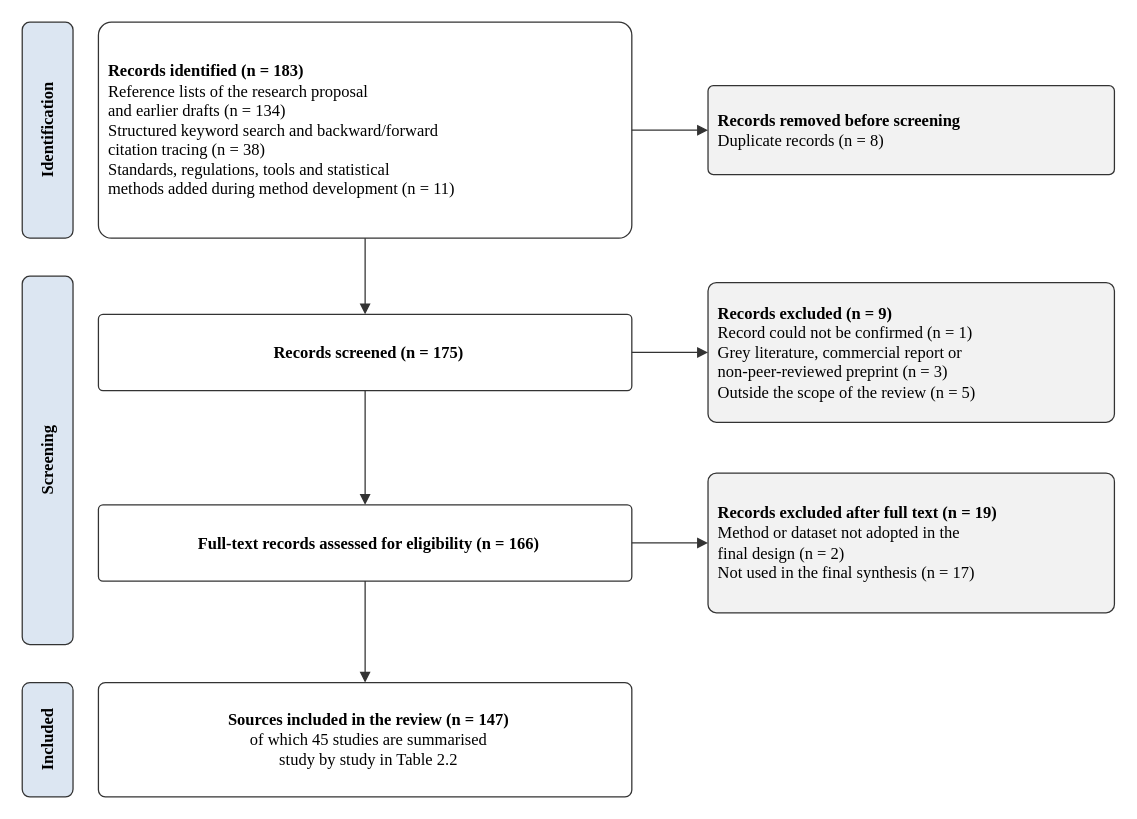
Before: figures/fig2_1_prisma.drawio in RukhDaud/saai-quantum-thesis, a draw.io diagram. Source tidied: cells renumbered, new cells numbered last; positions are measured from the earlier drawing's top-left corner, leaving out a move shared by most shapes. Both pictures are drawn from the tidied source at 127%, with x=0, y=0 at pixel (22, 22).
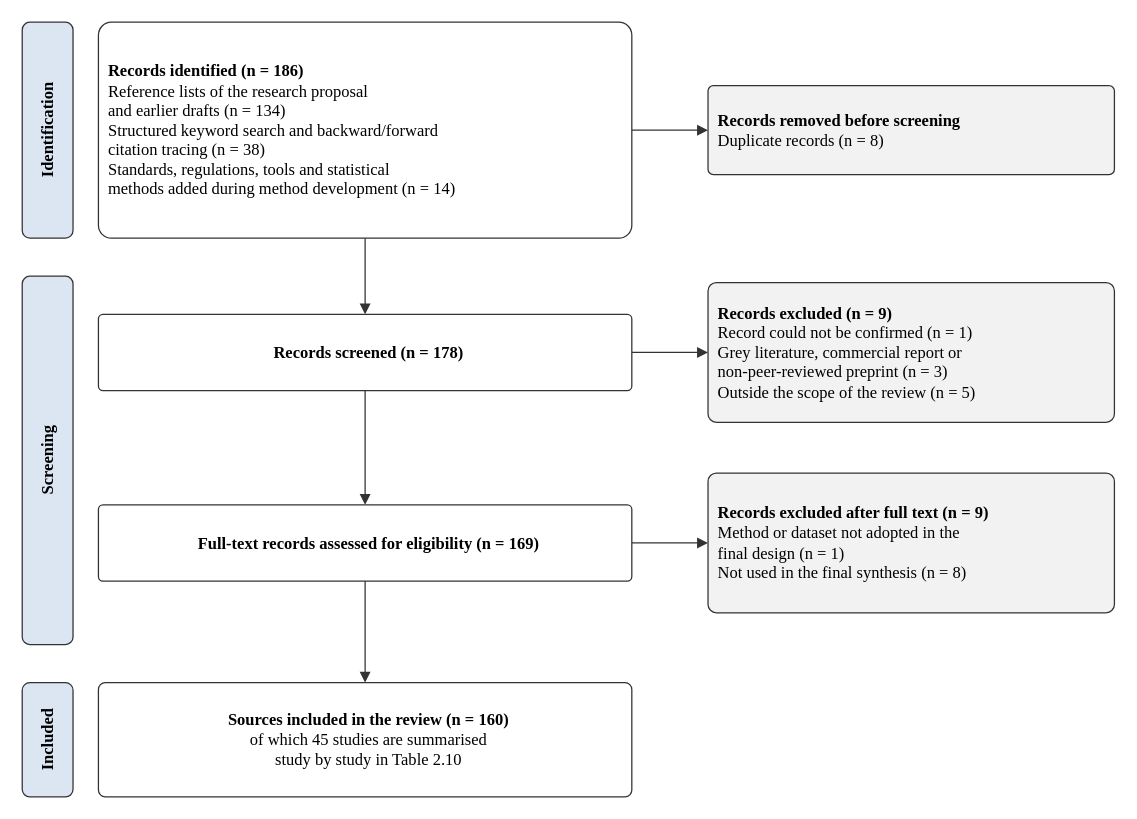
Above is the later version.

Change to the diagram source:
```diff
@@
 <mxGraphModel>
   <root>
     <mxCell id="0" />
     <mxCell id="1" parent="0" />
     <mxCell id="2" value="&lt;b&gt;Identification&lt;/b&gt;" style="rounded=1;whiteSpace=wrap;html=1;fillColor=#DCE6F2;strokeColor=#333333;fontFamily=Times New Roman;fontSize=13;horizontal=0;" parent="1" vertex="1">
       <mxGeometry width="40" height="170" as="geometry" />
     </mxCell>
     <mxCell id="3" value="&lt;b&gt;Screening&lt;/b&gt;" style="rounded=1;whiteSpace=wrap;html=1;fillColor=#DCE6F2;strokeColor=#333333;fontFamily=Times New Roman;fontSize=13;horizontal=0;" parent="1" vertex="1">
       <mxGeometry y="200" width="40" height="290" as="geometry" />
     </mxCell>
     <mxCell id="4" value="&lt;b&gt;Included&lt;/b&gt;" style="rounded=1;whiteSpace=wrap;html=1;fillColor=#DCE6F2;strokeColor=#333333;fontFamily=Times New Roman;fontSize=13;horizontal=0;" parent="1" vertex="1">
       <mxGeometry y="520" width="40" height="90" as="geometry" />
     </mxCell>
-    <mxCell id="5" value="&lt;b&gt;Records identified (n = 183)&lt;/b&gt;&lt;br&gt;Reference lists of the research proposal&lt;br&gt;and earlier drafts (n = 134)&lt;br&gt;Structured keyword search and backward/forward&lt;br&gt;citation tracing (n = 38)&lt;br&gt;Standards, regulations, tools and statistical&lt;br&gt;methods added during method development (n = 11)" style="rounded=1;whiteSpace=wrap;html=1;fillColor=#FFFFFF;strokeColor=#333333;fontFamily=Times New Roman;fontSize=13;align=left;spacingLeft=6;arcSize=6;" parent="1" vertex="1">
+    <mxCell id="5" value="&lt;b&gt;Records identified (n = 186)&lt;/b&gt;&lt;br&gt;Reference lists of the research proposal&lt;br&gt;and earlier drafts (n = 134)&lt;br&gt;Structured keyword search and backward/forward&lt;br&gt;citation tracing (n = 38)&lt;br&gt;Standards, regulations, tools and statistical&lt;br&gt;methods added during method development (n = 14)" style="rounded=1;whiteSpace=wrap;html=1;fillColor=#FFFFFF;strokeColor=#333333;fontFamily=Times New Roman;fontSize=13;align=left;spacingLeft=6;arcSize=6;" parent="1" vertex="1">
       <mxGeometry x="60" width="420" height="170" as="geometry" />
     </mxCell>
     <mxCell id="6" value="&lt;b&gt;Records removed before screening&lt;/b&gt;&lt;br&gt;Duplicate records (n = 8)" style="rounded=1;whiteSpace=wrap;html=1;fillColor=#F2F2F2;strokeColor=#333333;fontFamily=Times New Roman;fontSize=13;align=left;spacingLeft=6;arcSize=6;" parent="1" vertex="1">
       <mxGeometry x="540" y="50" width="320" height="70" as="geometry" />
     </mxCell>
-    <mxCell id="7" value="&lt;b&gt;Records screened (n = 175)&lt;/b&gt;" style="rounded=1;whiteSpace=wrap;html=1;fillColor=#FFFFFF;strokeColor=#333333;fontFamily=Times New Roman;fontSize=13;align=center;spacingLeft=6;arcSize=6;" parent="1" vertex="1">
+    <mxCell id="7" value="&lt;b&gt;Records screened (n = 178)&lt;/b&gt;" style="rounded=1;whiteSpace=wrap;html=1;fillColor=#FFFFFF;strokeColor=#333333;fontFamily=Times New Roman;fontSize=13;align=center;spacingLeft=6;arcSize=6;" parent="1" vertex="1">
       <mxGeometry x="60" y="230" width="420" height="60" as="geometry" />
     </mxCell>
     <mxCell id="8" value="&lt;b&gt;Records excluded (n = 9)&lt;/b&gt;&lt;br&gt;Record could not be confirmed (n = 1)&lt;br&gt;Grey literature, commercial report or&lt;br&gt;non-peer-reviewed preprint (n = 3)&lt;br&gt;Outside the scope of the review (n = 5)" style="rounded=1;whiteSpace=wrap;html=1;fillColor=#F2F2F2;strokeColor=#333333;fontFamily=Times New Roman;fontSize=13;align=left;spacingLeft=6;arcSize=6;" parent="1" vertex="1">
       <mxGeometry x="540" y="205" width="320" height="110" as="geometry" />
     </mxCell>
-    <mxCell id="9" value="&lt;b&gt;Full-text records assessed for eligibility (n = 166)&lt;/b&gt;" style="rounded=1;whiteSpace=wrap;html=1;fillColor=#FFFFFF;strokeColor=#333333;fontFamily=Times New Roman;fontSize=13;align=center;spacingLeft=6;arcSize=6;" parent="1" vertex="1">
+    <mxCell id="9" value="&lt;b&gt;Full-text records assessed for eligibility (n = 169)&lt;/b&gt;" style="rounded=1;whiteSpace=wrap;html=1;fillColor=#FFFFFF;strokeColor=#333333;fontFamily=Times New Roman;fontSize=13;align=center;spacingLeft=6;arcSize=6;" parent="1" vertex="1">
       <mxGeometry x="60" y="380" width="420" height="60" as="geometry" />
     </mxCell>
-    <mxCell id="10" value="&lt;b&gt;Records excluded after full text (n = 19)&lt;/b&gt;&lt;br&gt;Method or dataset not adopted in the&lt;br&gt;final design (n = 2)&lt;br&gt;Not used in the final synthesis (n = 17)" style="rounded=1;whiteSpace=wrap;html=1;fillColor=#F2F2F2;strokeColor=#333333;fontFamily=Times New Roman;fontSize=13;align=left;spacingLeft=6;arcSize=6;" parent="1" vertex="1">
+    <mxCell id="10" value="&lt;b&gt;Records excluded after full text (n = 9)&lt;/b&gt;&lt;br&gt;Method or dataset not adopted in the&lt;br&gt;final design (n = 1)&lt;br&gt;Not used in the final synthesis (n = 8)" style="rounded=1;whiteSpace=wrap;html=1;fillColor=#F2F2F2;strokeColor=#333333;fontFamily=Times New Roman;fontSize=13;align=left;spacingLeft=6;arcSize=6;" parent="1" vertex="1">
       <mxGeometry x="540" y="355" width="320" height="110" as="geometry" />
     </mxCell>
-    <mxCell id="11" value="&lt;b&gt;Sources included in the review (n = 147)&lt;/b&gt;&lt;br&gt;of which 45 studies are summarised&lt;br&gt;study by study in Table 2.2" style="rounded=1;whiteSpace=wrap;html=1;fillColor=#FFFFFF;strokeColor=#333333;fontFamily=Times New Roman;fontSize=13;align=center;spacingLeft=6;arcSize=6;" parent="1" vertex="1">
+    <mxCell id="11" value="&lt;b&gt;Sources included in the review (n = 160)&lt;/b&gt;&lt;br&gt;of which 45 studies are summarised&lt;br&gt;study by study in Table 2.10" style="rounded=1;whiteSpace=wrap;html=1;fillColor=#FFFFFF;strokeColor=#333333;fontFamily=Times New Roman;fontSize=13;align=center;spacingLeft=6;arcSize=6;" parent="1" vertex="1">
       <mxGeometry x="60" y="520" width="420" height="90" as="geometry" />
     </mxCell>
     <mxCell id="12" style="edgeStyle=orthogonalEdgeStyle;rounded=0;html=1;endArrow=block;endFill=1;strokeColor=#333333;exitX=0.5;exitY=1;entryX=0.5;entryY=0;fontFamily=Times New Roman;fontSize=11;fontStyle=2;" parent="1" edge="1" source="5" target="7">
       <mxGeometry relative="1" as="geometry" />
     </mxCell>
     <mxCell id="13" style="edgeStyle=orthogonalEdgeStyle;rounded=0;html=1;endArrow=block;endFill=1;strokeColor=#333333;exitX=1;exitY=0.5;entryX=0;entryY=0.5;fontFamily=Times New Roman;fontSize=11;fontStyle=2;" parent="1" edge="1" source="5" target="6">
       <mxGeometry relative="1" as="geometry" />
     </mxCell>
     <mxCell id="14" style="edgeStyle=orthogonalEdgeStyle;rounded=0;html=1;endArrow=block;endFill=1;strokeColor=#333333;exitX=0.5;exitY=1;entryX=0.5;entryY=0;fontFamily=Times New Roman;fontSize=11;fontStyle=2;" parent="1" edge="1" source="7" target="9">
       <mxGeometry relative="1" as="geometry" />
     </mxCell>
     <mxCell id="15" style="edgeStyle=orthogonalEdgeStyle;rounded=0;html=1;endArrow=block;endFill=1;strokeColor=#333333;exitX=1;exitY=0.5;entryX=0;entryY=0.5;fontFamily=Times New Roman;fontSize=11;fontStyle=2;" parent="1" edge="1" source="7" target="8">
       <mxGeometry relative="1" as="geometry" />
     </mxCell>
     <mxCell id="16" style="edgeStyle=orthogonalEdgeStyle;rounded=0;html=1;endArrow=block;endFill=1;strokeColor=#333333;exitX=0.5;exitY=1;entryX=0.5;entryY=0;fontFamily=Times New Roman;fontSize=11;fontStyle=2;" parent="1" edge="1" source="9" target="11">
       <mxGeometry relative="1" as="geometry" />
     </mxCell>
     <mxCell id="17" style="edgeStyle=orthogonalEdgeStyle;rounded=0;html=1;endArrow=block;endFill=1;strokeColor=#333333;exitX=1;exitY=0.5;entryX=0;entryY=0.5;fontFamily=Times New Roman;fontSize=11;fontStyle=2;" parent="1" edge="1" source="9" target="10">
       <mxGeometry relative="1" as="geometry" />
     </mxCell>
   </root>
 </mxGraphModel>
```
